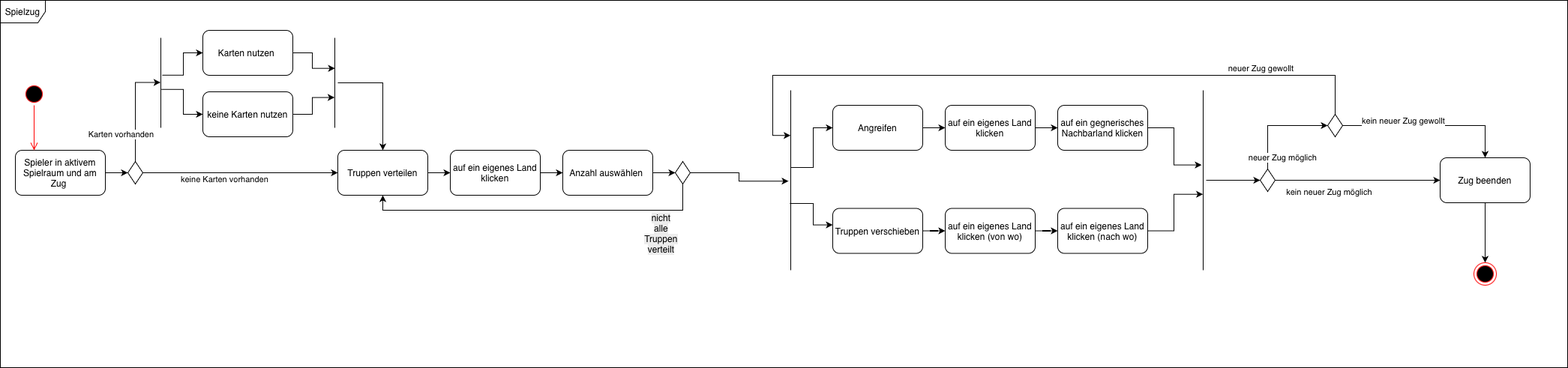
Matthiasbit/caesars-gambit keeps this draw.io diagram as SoftwareEngineeringStuff/Aktivitätsdiagramme/UML-Aktivitätsdiagramm_Spielzug.drawio.png. Above is the earlier version. Source tidied: cells renumbered, new cells last; positions are measured from the earlier drawing's top-left corner, leaving out a move shared by most shapes.
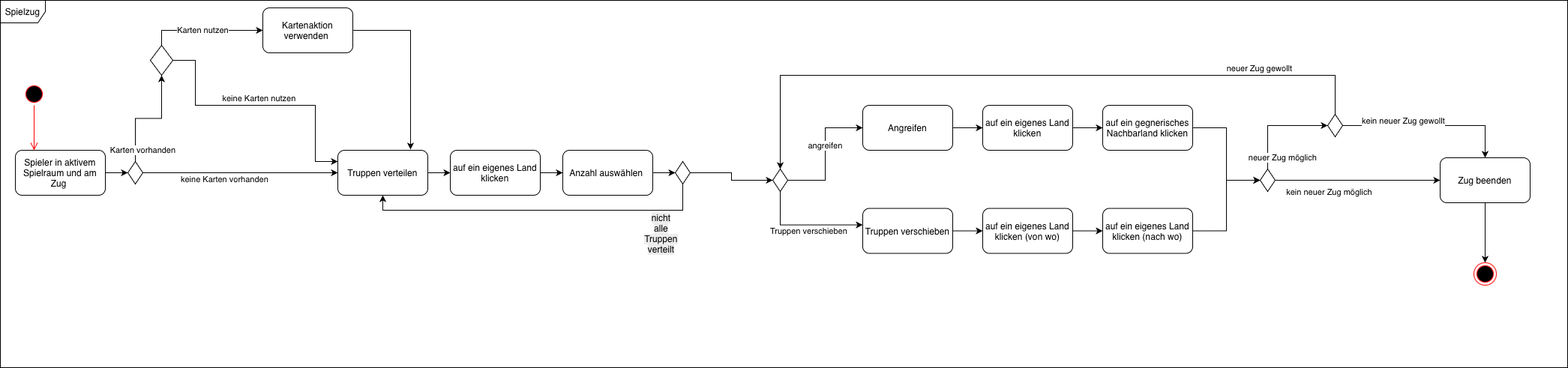
After the change.

Commit message:
Aktivitätsdiagramme verbessert

Diff of the diagram source:
```diff
@@ -11,8 +11,8 @@
     <mxCell id="4" value="Spieler in aktivem Spielraum und am Zug&amp;nbsp;" style="rounded=1;whiteSpace=wrap;html=1;" parent="1" vertex="1">
       <mxGeometry x="20" y="200" width="120" height="60" as="geometry" />
     </mxCell>
-    <mxCell id="5" value="Karten nutzen&amp;nbsp;" style="rounded=1;whiteSpace=wrap;html=1;" parent="1" vertex="1">
-      <mxGeometry x="270" y="40" width="120" height="60" as="geometry" />
+    <mxCell id="5" value="Kartenaktion verwenden&amp;nbsp;" style="rounded=1;whiteSpace=wrap;html=1;" parent="1" vertex="1">
+      <mxGeometry x="350" y="10" width="120" height="60" as="geometry" />
     </mxCell>
     <mxCell id="6" style="edgeStyle=orthogonalEdgeStyle;rounded=0;jettySize=auto;html=1;exitX=1;exitY=0.5;exitDx=0;exitDy=0;entryX=0;entryY=0.5;entryDx=0;entryDy=0;" parent="1" edge="1" source="8" target="10">
       <mxGeometry relative="1" as="geometry" />
@@ -35,13 +35,13 @@
       <mxGeometry relative="1" as="geometry" />
     </mxCell>
     <mxCell id="12" value="Angreifen" style="rounded=1;whiteSpace=wrap;html=1;" parent="1" vertex="1">
-      <mxGeometry x="1110" y="140" width="120" height="60" as="geometry" />
+      <mxGeometry x="1150" y="140" width="120" height="60" as="geometry" />
     </mxCell>
     <mxCell id="13" style="edgeStyle=orthogonalEdgeStyle;rounded=0;jettySize=auto;html=1;" parent="1" edge="1" source="14" target="38">
       <mxGeometry relative="1" as="geometry" />
     </mxCell>
     <mxCell id="14" value="Truppen verschieben" style="rounded=1;whiteSpace=wrap;html=1;" parent="1" vertex="1">
-      <mxGeometry x="1110" y="277.5" width="120" height="60" as="geometry" />
+      <mxGeometry x="1150" y="277.5" width="120" height="60" as="geometry" />
     </mxCell>
     <mxCell id="15" style="edgeStyle=orthogonalEdgeStyle;rounded=0;jettySize=auto;html=1;" parent="1" edge="1" source="16" target="57">
       <mxGeometry relative="1" as="geometry" />
@@ -49,42 +49,33 @@
     <mxCell id="16" value="Zug beenden" style="rounded=1;whiteSpace=wrap;html=1;" parent="1" vertex="1">
       <mxGeometry x="1920" y="210" width="120" height="60" as="geometry" />
     </mxCell>
-    <mxCell id="17" style="edgeStyle=orthogonalEdgeStyle;rounded=0;jettySize=auto;html=1;entryX=0;entryY=0.5;entryDx=0;entryDy=0;exitX=0.415;exitY=0.268;exitDx=0;exitDy=0;exitPerimeter=0;" parent="1" edge="1" source="19" target="5">
+    <mxCell id="17" style="edgeStyle=orthogonalEdgeStyle;rounded=0;jettySize=auto;html=1;entryX=0;entryY=0.5;entryDx=0;entryDy=0;exitX=0.5;exitY=0;exitDx=0;exitDy=0;" parent="1" edge="1" source="65" target="5">
       <mxGeometry relative="1" as="geometry" />
     </mxCell>
+    <mxCell id="60" value="Karten nutzen" style="edgeLabel;html=1;align=center;verticalAlign=middle;" parent="17" vertex="1">
+      <mxGeometry x="-0.05" y="1" relative="1" as="geometry" />
+    </mxCell>
-    <mxCell id="18" style="edgeStyle=orthogonalEdgeStyle;rounded=0;jettySize=auto;html=1;entryX=0;entryY=0.5;entryDx=0;entryDy=0;exitX=0.573;exitY=0.411;exitDx=0;exitDy=0;exitPerimeter=0;" parent="1" edge="1" source="19" target="20">
-      <mxGeometry relative="1" as="geometry" />
+    <mxCell id="18" style="edgeStyle=orthogonalEdgeStyle;rounded=0;jettySize=auto;html=1;exitX=1;exitY=0.5;exitDx=0;exitDy=0;entryX=0;entryY=0.25;entryDx=0;entryDy=0;" parent="1" edge="1" source="65" target="10">
+      <mxGeometry relative="1" as="geometry">
+        <Array as="points">
+          <mxPoint x="260" y="80" />
+          <mxPoint x="260" y="140" />
+          <mxPoint x="420" y="140" />
+          <mxPoint x="420" y="215" />
+        </Array>
+      </mxGeometry>
     </mxCell>
-    <mxCell id="19" style="line;strokeWidth=1;fillColor=none;align=left;verticalAlign=middle;spacingTop=-1;spacingLeft=3;spacingRight=3;labelPosition=right;points=[];portConstraint=eastwest;strokeColor=inherit;direction=south;" parent="1" vertex="1">
-      <mxGeometry x="210" y="50" width="8" height="120" as="geometry" />
-    </mxCell>
-    <mxCell id="20" value="keine Karten nutzen" style="rounded=1;whiteSpace=wrap;html=1;" parent="1" vertex="1">
-      <mxGeometry x="270" y="122" width="120" height="60" as="geometry" />
+    <mxCell id="20" value="keine Karten nutzen" style="edgeLabel;html=1;align=center;verticalAlign=middle;points=[];" parent="18" vertex="1">
+      <mxGeometry x="-0.4" y="-1" relative="1" as="geometry">
+        <mxPoint x="67" y="-11" as="offset" />
+      </mxGeometry>
     </mxCell>
-    <mxCell id="21" style="line;strokeWidth=1;fillColor=none;align=left;verticalAlign=middle;spacingTop=-1;spacingLeft=3;spacingRight=3;labelPosition=right;points=[];portConstraint=eastwest;strokeColor=inherit;direction=south;" parent="1" vertex="1">
-      <mxGeometry x="442" y="50" width="8" height="120" as="geometry" />
-    </mxCell>
-    <mxCell id="22" style="edgeStyle=orthogonalEdgeStyle;rounded=0;jettySize=auto;html=1;exitX=1;exitY=0.5;exitDx=0;exitDy=0;entryX=0.339;entryY=0.482;entryDx=0;entryDy=0;entryPerimeter=0;" parent="1" edge="1" source="5" target="21">
-      <mxGeometry relative="1" as="geometry" />
-    </mxCell>
-    <mxCell id="23" style="edgeStyle=orthogonalEdgeStyle;rounded=0;jettySize=auto;html=1;exitX=1;exitY=0.5;exitDx=0;exitDy=0;entryX=0.663;entryY=0.554;entryDx=0;entryDy=0;entryPerimeter=0;" parent="1" edge="1" source="20" target="21">
-      <mxGeometry relative="1" as="geometry" />
-    </mxCell>
-    <mxCell id="24" style="edgeStyle=orthogonalEdgeStyle;rounded=0;jettySize=auto;html=1;entryX=0.5;entryY=0;entryDx=0;entryDy=0;" parent="1" edge="1" source="21" target="10">
-      <mxGeometry relative="1" as="geometry" />
-    </mxCell>
-    <mxCell id="25" style="edgeStyle=orthogonalEdgeStyle;rounded=0;jettySize=auto;html=1;entryX=0;entryY=0.5;entryDx=0;entryDy=0;exitX=0.429;exitY=0.542;exitDx=0;exitDy=0;exitPerimeter=0;" parent="1" edge="1" source="26" target="12">
+    <mxCell id="25" style="edgeStyle=orthogonalEdgeStyle;rounded=0;jettySize=auto;html=1;entryX=0;entryY=0.5;entryDx=0;entryDy=0;exitX=1;exitY=0.5;exitDx=0;exitDy=0;" parent="1" edge="1" source="67" target="12">
       <mxGeometry relative="1" as="geometry" />
     </mxCell>
-    <mxCell id="26" style="line;strokeWidth=1;fillColor=none;align=left;verticalAlign=middle;spacingTop=-1;spacingLeft=3;spacingRight=3;labelPosition=right;points=[];portConstraint=eastwest;strokeColor=inherit;direction=south;" parent="1" vertex="1">
-      <mxGeometry x="1050" y="120" width="8" height="240" as="geometry" />
-    </mxCell>
-    <mxCell id="27" style="edgeStyle=orthogonalEdgeStyle;rounded=0;jettySize=auto;html=1;" parent="1" edge="1" source="28" target="48">
-      <mxGeometry relative="1" as="geometry" />
-    </mxCell>
-    <mxCell id="28" style="line;strokeWidth=1;fillColor=none;align=left;verticalAlign=middle;spacingTop=-1;spacingLeft=3;spacingRight=3;labelPosition=right;points=[];portConstraint=eastwest;strokeColor=inherit;direction=south;" parent="1" vertex="1">
-      <mxGeometry x="1600" y="120" width="8" height="240" as="geometry" />
-    </mxCell>
+    <mxCell id="61" value="angreifen" style="edgeLabel;html=1;align=center;verticalAlign=middle;" parent="25" vertex="1">
+      <mxGeometry x="0.14" y="1" relative="1" as="geometry" />
+    </mxCell>
     <mxCell id="29" style="edgeStyle=orthogonalEdgeStyle;rounded=0;jettySize=auto;html=1;" parent="1" edge="1" source="30" target="33">
       <mxGeometry relative="1" as="geometry" />
     </mxCell>
@@ -102,7 +93,7 @@
     <mxCell id="33" style="rhombus;whiteSpace=wrap;html=1;" parent="1" vertex="1">
       <mxGeometry x="900" y="215" width="20" height="30" as="geometry" />
     </mxCell>
-    <mxCell id="34" style="edgeStyle=orthogonalEdgeStyle;rounded=0;jettySize=auto;html=1;exitX=1;exitY=0.5;exitDx=0;exitDy=0;entryX=0.505;entryY=0.875;entryDx=0;entryDy=0;entryPerimeter=0;" parent="1" edge="1" source="33" target="26">
+    <mxCell id="34" style="edgeStyle=orthogonalEdgeStyle;rounded=0;jettySize=auto;html=1;exitX=1;exitY=0.5;exitDx=0;exitDy=0;entryX=0;entryY=0.5;entryDx=0;entryDy=0;" parent="1" edge="1" source="33" target="67">
       <mxGeometry relative="1" as="geometry" />
     </mxCell>
     <mxCell id="35" style="edgeStyle=orthogonalEdgeStyle;rounded=0;jettySize=auto;html=1;" parent="1" edge="1" source="36" target="30">
@@ -115,29 +106,34 @@
       <mxGeometry relative="1" as="geometry" />
     </mxCell>
     <mxCell id="38" value="auf ein eigenes Land klicken (von wo)" style="rounded=1;whiteSpace=wrap;html=1;" parent="1" vertex="1">
-      <mxGeometry x="1260" y="277.5" width="120" height="60" as="geometry" />
+      <mxGeometry x="1310" y="277.5" width="120" height="60" as="geometry" />
     </mxCell>
-    <mxCell id="39" style="edgeStyle=orthogonalEdgeStyle;rounded=0;jettySize=auto;html=1;entryX=0.578;entryY=0.542;entryDx=0;entryDy=0;entryPerimeter=0;" parent="1" edge="1" source="40" target="28">
-      <mxGeometry relative="1" as="geometry" />
-    </mxCell>
+    <mxCell id="62" style="edgeStyle=orthogonalEdgeStyle;rounded=0;jettySize=auto;html=1;exitX=1;exitY=0.5;exitDx=0;exitDy=0;entryX=0;entryY=0.5;entryDx=0;entryDy=0;" parent="1" edge="1" source="40" target="48">
+      <mxGeometry relative="1" as="geometry" />
+    </mxCell>
     <mxCell id="40" value="auf ein eigenes Land klicken (nach wo)" style="rounded=1;whiteSpace=wrap;html=1;" parent="1" vertex="1">
-      <mxGeometry x="1410" y="277.5" width="120" height="60" as="geometry" />
+      <mxGeometry x="1470" y="277.5" width="120" height="60" as="geometry" />
     </mxCell>
     <mxCell id="41" style="edgeStyle=orthogonalEdgeStyle;rounded=0;jettySize=auto;html=1;" parent="1" edge="1" source="42" target="44">
       <mxGeometry relative="1" as="geometry" />
     </mxCell>
     <mxCell id="42" value="auf ein eigenes Land klicken" style="rounded=1;whiteSpace=wrap;html=1;" parent="1" vertex="1">
-      <mxGeometry x="1260" y="140" width="120" height="60" as="geometry" />
+      <mxGeometry x="1310" y="140" width="120" height="60" as="geometry" />
     </mxCell>
-    <mxCell id="43" style="edgeStyle=orthogonalEdgeStyle;rounded=0;jettySize=auto;html=1;entryX=0.415;entryY=0.75;entryDx=0;entryDy=0;entryPerimeter=0;" parent="1" edge="1" source="44" target="28">
-      <mxGeometry relative="1" as="geometry" />
-    </mxCell>
+    <mxCell id="63" style="edgeStyle=orthogonalEdgeStyle;rounded=0;jettySize=auto;html=1;exitX=1;exitY=0.5;exitDx=0;exitDy=0;entryX=0;entryY=0.5;entryDx=0;entryDy=0;" parent="1" edge="1" source="44" target="48">
+      <mxGeometry relative="1" as="geometry" />
+    </mxCell>
     <mxCell id="44" value="auf ein gegnerisches Nachbarland klicken" style="rounded=1;whiteSpace=wrap;html=1;" parent="1" vertex="1">
-      <mxGeometry x="1410" y="140" width="120" height="60" as="geometry" />
+      <mxGeometry x="1470" y="140" width="120" height="60" as="geometry" />
     </mxCell>
-    <mxCell id="45" style="edgeStyle=orthogonalEdgeStyle;rounded=0;jettySize=auto;html=1;entryX=0;entryY=0.367;entryDx=0;entryDy=0;entryPerimeter=0;exitX=0.629;exitY=0.646;exitDx=0;exitDy=0;exitPerimeter=0;" parent="1" edge="1" source="26" target="14">
+    <mxCell id="45" style="edgeStyle=orthogonalEdgeStyle;rounded=0;jettySize=auto;html=1;entryX=0;entryY=0.367;entryDx=0;entryDy=0;entryPerimeter=0;exitX=0.5;exitY=1;exitDx=0;exitDy=0;" parent="1" edge="1" source="67" target="14">
       <mxGeometry relative="1" as="geometry" />
     </mxCell>
+    <mxCell id="64" value="Truppen verschieben" style="edgeLabel;html=1;align=center;verticalAlign=middle;" parent="45" vertex="1">
+      <mxGeometry x="0.06" y="-1" relative="1" as="geometry">
+        <mxPoint y="7" as="offset" />
+      </mxGeometry>
+    </mxCell>
     <mxCell id="46" style="edgeStyle=orthogonalEdgeStyle;rounded=0;jettySize=auto;html=1;exitX=1;exitY=0.5;exitDx=0;exitDy=0;entryX=0;entryY=0.5;entryDx=0;entryDy=0;" parent="1" edge="1" source="48" target="16">
       <mxGeometry relative="1" as="geometry" />
     </mxCell>
@@ -149,7 +145,7 @@
     <mxCell id="48" style="rhombus;whiteSpace=wrap;html=1;" parent="1" vertex="1">
       <mxGeometry x="1680" y="225" width="20" height="30" as="geometry" />
     </mxCell>
-    <mxCell id="49" style="edgeStyle=orthogonalEdgeStyle;rounded=0;jettySize=auto;html=1;exitX=0.5;exitY=0;exitDx=0;exitDy=0;entryX=0.496;entryY=0.571;entryDx=0;entryDy=0;entryPerimeter=0;" parent="1" edge="1" source="8" target="19">
+    <mxCell id="49" style="edgeStyle=orthogonalEdgeStyle;rounded=0;jettySize=auto;html=1;exitX=0.5;exitY=0;exitDx=0;exitDy=0;entryX=0.5;entryY=1;entryDx=0;entryDy=0;" parent="1" edge="1" source="8" target="65">
       <mxGeometry relative="1" as="geometry" />
     </mxCell>
     <mxCell id="50" value="Karten vorhanden" style="edgeLabel;html=1;align=center;verticalAlign=middle;" parent="49" vertex="1">
@@ -175,12 +171,11 @@
     <mxCell id="54" style="rhombus;whiteSpace=wrap;html=1;" parent="1" vertex="1">
       <mxGeometry x="1770" y="152" width="20" height="30" as="geometry" />
     </mxCell>
-    <mxCell id="55" style="edgeStyle=orthogonalEdgeStyle;rounded=0;jettySize=auto;html=1;exitX=0.5;exitY=0;exitDx=0;exitDy=0;entryX=0.251;entryY=0.542;entryDx=0;entryDy=0;entryPerimeter=0;" parent="1" edge="1" source="54" target="26">
+    <mxCell id="55" style="edgeStyle=orthogonalEdgeStyle;rounded=0;jettySize=auto;html=1;exitX=0.5;exitY=0;exitDx=0;exitDy=0;entryX=0.5;entryY=0;entryDx=0;entryDy=0;" parent="1" edge="1" source="54" target="67">
       <mxGeometry relative="1" as="geometry">
         <Array as="points">
           <mxPoint x="1780" y="100" />
-          <mxPoint x="1030" y="100" />
-          <mxPoint x="1030" y="180" />
+          <mxPoint x="1040" y="100" />
         </Array>
       </mxGeometry>
     </mxCell>
@@ -200,5 +195,14 @@
         <mxPoint x="45" y="200" as="targetPoint" />
       </mxGeometry>
     </mxCell>
+    <mxCell id="65" style="rhombus;whiteSpace=wrap;html=1;" parent="1" vertex="1">
+      <mxGeometry x="200" y="60" width="30" height="40" as="geometry" />
+    </mxCell>
+    <mxCell id="66" style="edgeStyle=orthogonalEdgeStyle;rounded=0;jettySize=auto;html=1;exitX=1;exitY=0.5;exitDx=0;exitDy=0;entryX=0.808;entryY=-0.017;entryDx=0;entryDy=0;entryPerimeter=0;" parent="1" edge="1" source="5" target="10">
+      <mxGeometry relative="1" as="geometry" />
+    </mxCell>
+    <mxCell id="67" style="rhombus;whiteSpace=wrap;html=1;" parent="1" vertex="1">
+      <mxGeometry x="1030" y="225" width="20" height="30" as="geometry" />
+    </mxCell>
   </root>
 </mxGraphModel>
```
